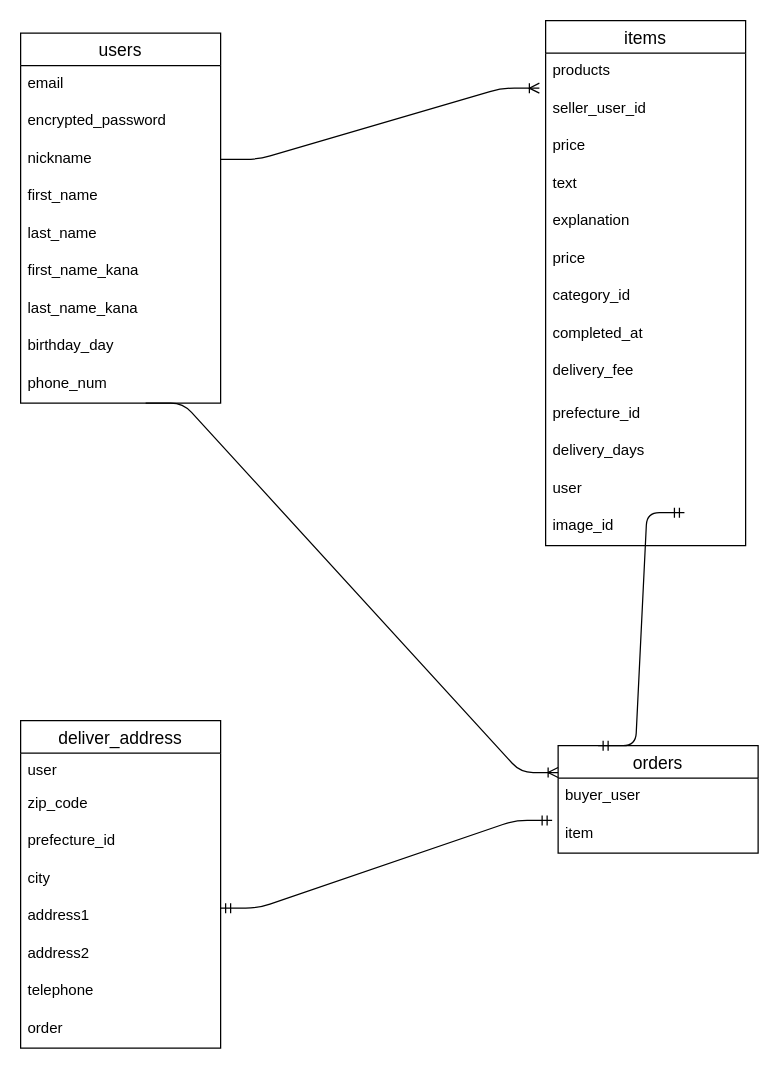
Earlier version of the draw.io diagram test.dio (820sayama/furima-37106). Source tidied: cells renumbered, new cells numbered last; positions are measured from the earlier drawing's top-left corner, leaving out a move shared by most shapes. Both pictures are drawn from the tidied source at 125%, with x=0, y=0 at pixel (20, 20).
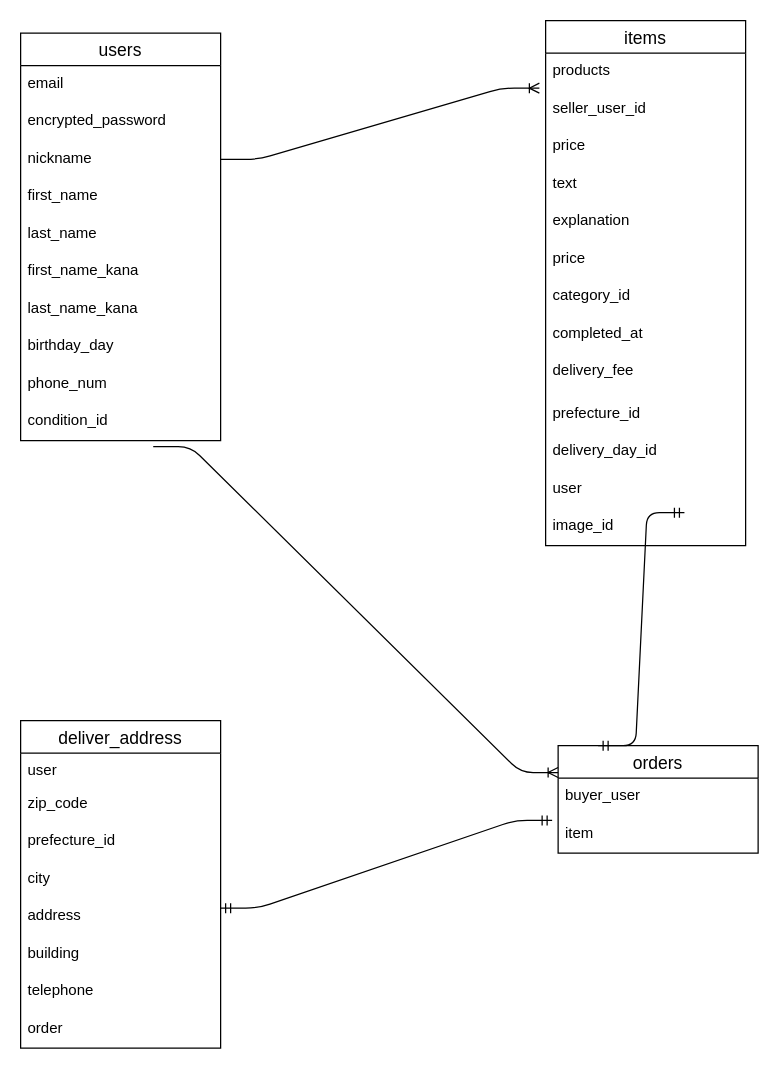
Above is the later version.

The change refers to these unchanged cells:
```xml
<mxCell id="12" value="items" style="swimlane;fontStyle=0;horizontal=1;startSize=26;align=center;fontSize=14;" parent="1" vertex="1">
  <mxGeometry x="420" width="160" height="420" as="geometry" />
</mxCell>
<mxCell id="26" value="orders" style="swimlane;fontStyle=0;horizontal=1;startSize=26;align=center;fontSize=14;" parent="1" vertex="1">
  <mxGeometry x="430" y="580" width="160" height="86" as="geometry" />
</mxCell>
<mxCell id="29" value="deliver_address" style="swimlane;fontStyle=0;horizontal=1;startSize=26;align=center;fontSize=14;" parent="1" vertex="1">
  <mxGeometry y="560" width="160" height="262" as="geometry" />
</mxCell>
```

The edit, as a diff of the source:
```diff
@@
     <mxCell id="2" value="users" style="swimlane;fontStyle=0;horizontal=1;startSize=26;align=center;fontSize=14;" parent="1" vertex="1">
-      <mxGeometry y="10" width="160" height="296" as="geometry" />
+      <mxGeometry y="10" width="160" height="326" as="geometry" />
     </mxCell>
@@
+    <mxCell id="42" value="condition_id " style="text;strokeColor=none;fillColor=none;spacingLeft=4;spacingRight=4;overflow=hidden;points=[[0,0.5],[1,0.5]];portConstraint=eastwest;fontSize=12;" parent="2" vertex="1">
+      <mxGeometry y="296" width="160" height="30" as="geometry" />
+    </mxCell>
@@
-    <mxCell id="23" value="delivery_days " style="text;strokeColor=none;fillColor=none;spacingLeft=4;spacingRight=4;overflow=hidden;fontSize=12;" parent="12" vertex="1">
+    <mxCell id="23" value="delivery_day_id " style="text;strokeColor=none;fillColor=none;spacingLeft=4;spacingRight=4;overflow=hidden;fontSize=12;" parent="12" vertex="1">
       <mxGeometry y="330" width="160" height="30" as="geometry" />
     </mxCell>
@@
-    <mxCell id="34" value="address1 " style="text;strokeColor=none;fillColor=none;spacingLeft=4;spacingRight=4;overflow=hidden;fontSize=12;" parent="29" vertex="1">
+    <mxCell id="34" value="address " style="text;strokeColor=none;fillColor=none;spacingLeft=4;spacingRight=4;overflow=hidden;fontSize=12;" parent="29" vertex="1">
       <mxGeometry y="142" width="160" height="30" as="geometry" />
     </mxCell>
-    <mxCell id="35" value="address2 " style="text;strokeColor=none;fillColor=none;spacingLeft=4;spacingRight=4;overflow=hidden;fontSize=12;" parent="29" vertex="1">
+    <mxCell id="35" value="building " style="text;strokeColor=none;fillColor=none;spacingLeft=4;spacingRight=4;overflow=hidden;fontSize=12;" parent="29" vertex="1">
       <mxGeometry y="172" width="160" height="30" as="geometry" />
     </mxCell>
@@
-    <mxCell id="41" style="edgeStyle=entityRelationEdgeStyle;fontSize=12;html=1;endArrow=ERoneToMany;entryX=0;entryY=0.25;entryDx=0;entryDy=0;" parent="1" edge="1" target="26">
-      <mxGeometry relative="1" as="geometry">
-        <mxPoint x="100" y="306" as="sourcePoint" />
-      </mxGeometry>
+    <mxCell id="41" style="edgeStyle=entityRelationEdgeStyle;fontSize=12;html=1;endArrow=ERoneToMany;entryX=0;entryY=0.25;entryDx=0;entryDy=0;exitX=0.663;exitY=1.162;exitDx=0;exitDy=0;exitPerimeter=0;" parent="1" edge="1" source="42" target="26">
+      <mxGeometry relative="1" as="geometry" />
     </mxCell>
```
